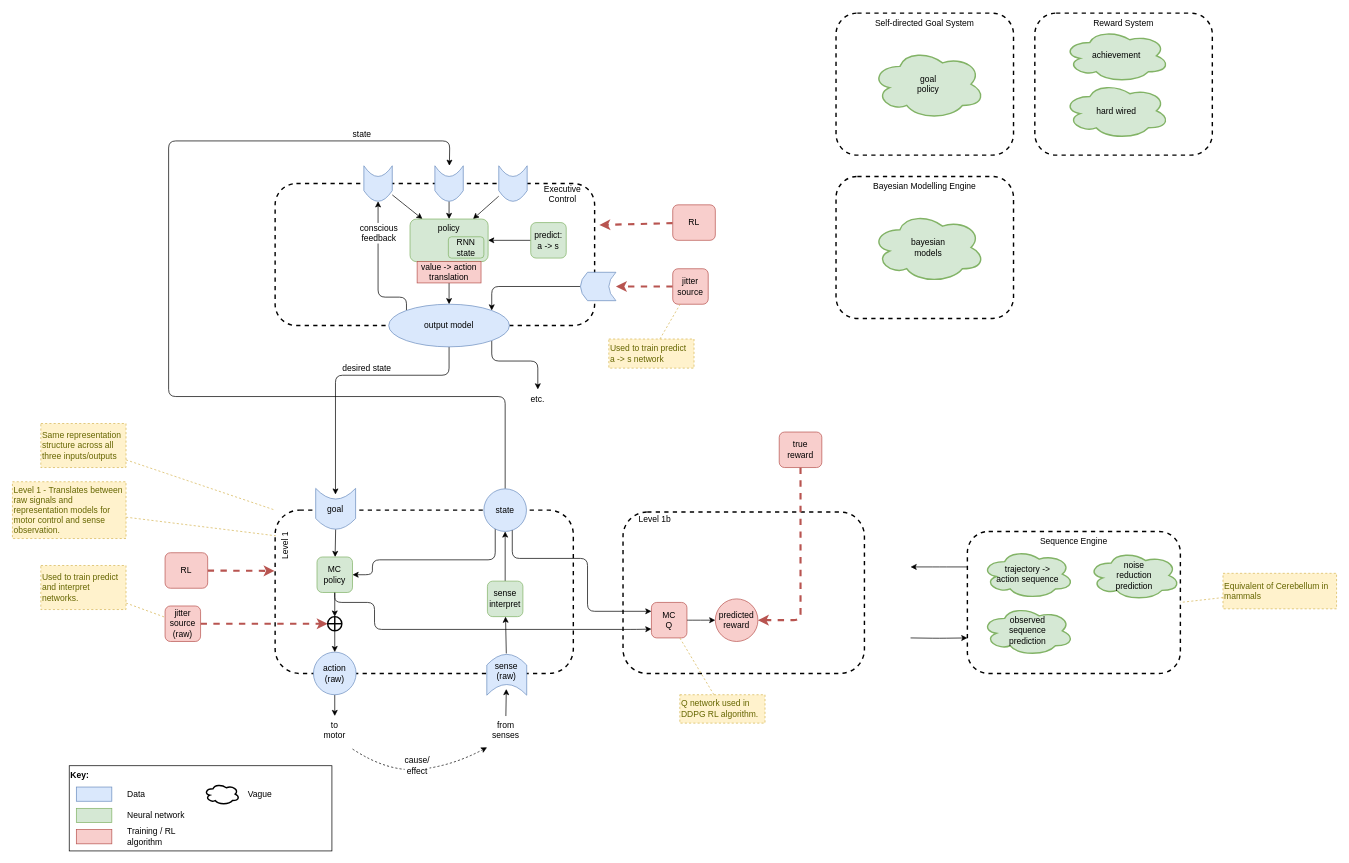
Above: page "complete" (1 of 8) of files/An-agi-architecture-v1.drawio in malcolmlett/malcolmlett.github.io (draw.io), before the change. Source tidied: cells renumbered, new cells numbered last; positions are measured from the earlier drawing's top-left corner, leaving out a move shared by most shapes. Both pictures are drawn from the tidied source at 71%, with x=0, y=0 at pixel (12, 13).
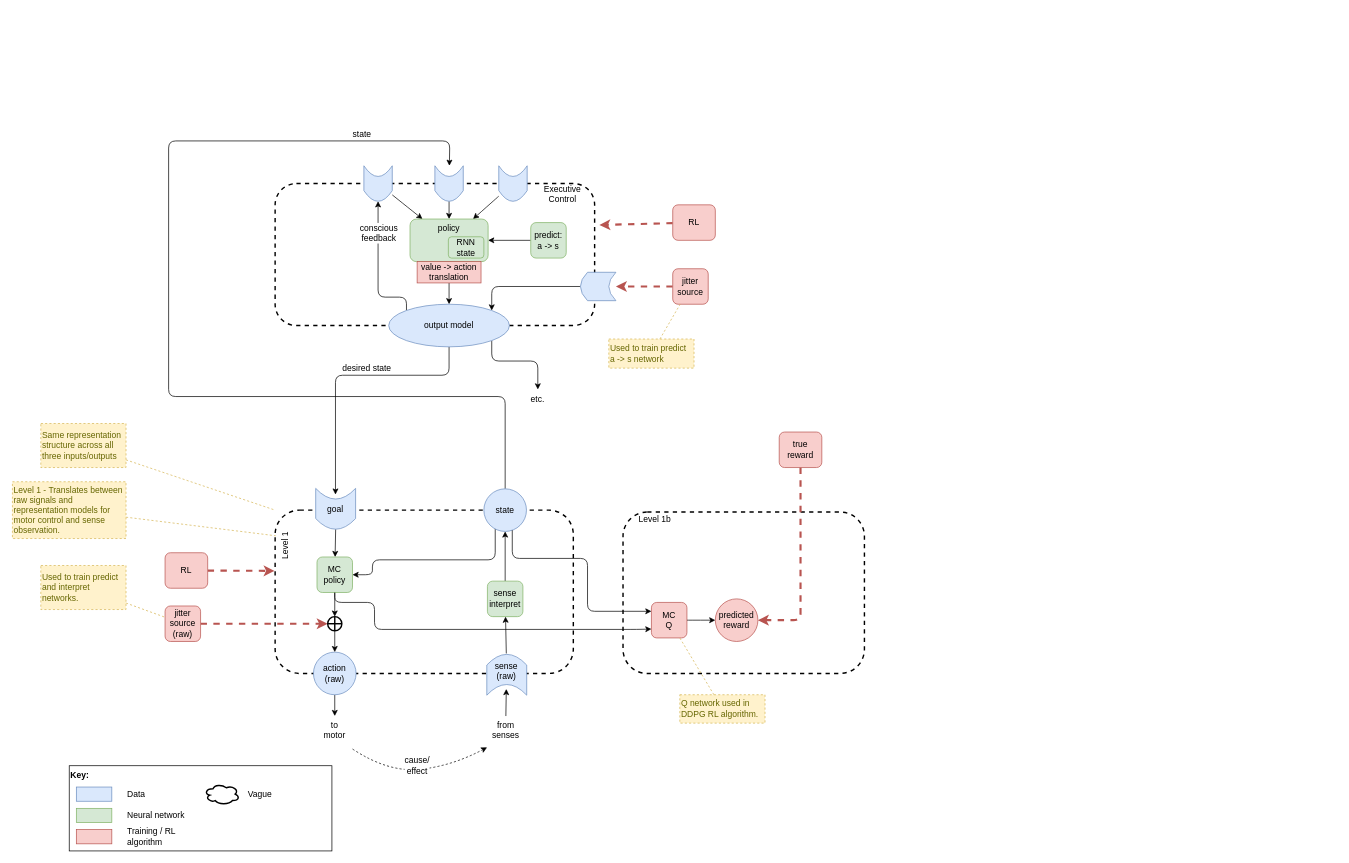
The same diagram, later.

Change to the diagram source:
```diff
@@
-    <mxCell id="71" value="Bayesian Modelling Engine" style="rounded=1;whiteSpace=wrap;html=1;fillColor=none;dashed=1;strokeWidth=2;align=center;horizontal=1;verticalAlign=top;" parent="1" vertex="1">
-      <mxGeometry x="1160" y="230" width="250" height="200" as="geometry" />
-    </mxCell>
-    <mxCell id="72" value="bayesian&lt;br&gt;models" style="ellipse;shape=cloud;whiteSpace=wrap;html=1;rounded=0;labelBackgroundColor=none;sketch=0;strokeColor=#82b366;strokeWidth=2;fillColor=#d5e8d4;fontSize=12;align=center;" parent="1" vertex="1">
-      <mxGeometry x="1210" y="280" width="160" height="100" as="geometry" />
-    </mxCell>
@@
-    <mxCell id="75" style="edgeStyle=orthogonalEdgeStyle;rounded=1;jettySize=auto;html=1;endArrow=classic;endFill=1;strokeWidth=1;fontSize=12;fontColor=#000000;exitX=0;exitY=0.25;exitDx=0;exitDy=0;" parent="1" edge="1" source="76">
-      <mxGeometry relative="1" as="geometry">
-        <mxPoint x="1265" y="780" as="targetPoint" />
-      </mxGeometry>
-    </mxCell>
-    <mxCell id="76" value="Sequence Engine" style="rounded=1;whiteSpace=wrap;html=1;fillColor=none;dashed=1;strokeWidth=2;align=center;horizontal=1;verticalAlign=top;" parent="1" vertex="1">
-      <mxGeometry x="1345" y="730" width="300" height="200" as="geometry" />
-    </mxCell>
-    <mxCell id="77" value="trajectory -&amp;gt;&lt;br&gt;action sequence" style="ellipse;shape=cloud;whiteSpace=wrap;html=1;rounded=0;labelBackgroundColor=none;sketch=0;strokeColor=#82b366;strokeWidth=2;fillColor=#d5e8d4;fontSize=12;align=center;" parent="1" vertex="1">
-      <mxGeometry x="1365" y="755" width="130" height="70" as="geometry" />
-    </mxCell>
-    <mxCell id="78" style="edgeStyle=orthogonalEdgeStyle;rounded=1;jettySize=auto;html=1;endArrow=classic;endFill=1;strokeWidth=1;fontSize=12;fontColor=#000000;exitX=0;exitY=0.75;exitDx=0;exitDy=0;entryX=0;entryY=0.75;entryDx=0;entryDy=0;" parent="1" edge="1" target="76">
-      <mxGeometry relative="1" as="geometry">
-        <mxPoint x="1265" y="880" as="sourcePoint" />
-      </mxGeometry>
-    </mxCell>
-    <mxCell id="79" value="observed&lt;br&gt;sequence&lt;br&gt;prediction" style="ellipse;shape=cloud;whiteSpace=wrap;html=1;rounded=0;labelBackgroundColor=none;sketch=0;strokeColor=#82b366;strokeWidth=2;fillColor=#d5e8d4;fontSize=12;align=center;" parent="1" vertex="1">
-      <mxGeometry x="1365" y="835" width="130" height="70" as="geometry" />
-    </mxCell>
-    <mxCell id="80" value="noise&lt;br&gt;reduction&lt;br&gt;prediction" style="ellipse;shape=cloud;whiteSpace=wrap;html=1;rounded=0;labelBackgroundColor=none;sketch=0;strokeColor=#82b366;strokeWidth=2;fillColor=#d5e8d4;fontSize=12;align=center;" parent="1" vertex="1">
-      <mxGeometry x="1515" y="757" width="130" height="70" as="geometry" />
-    </mxCell>
-    <mxCell id="81" style="rounded=0;jumpStyle=arc;jettySize=auto;html=1;strokeWidth=1;fontColor=#666600;dashed=1;strokeColor=#d6b656;fillColor=#fff2cc;endArrow=none;endFill=0;entryX=1;entryY=0.5;entryDx=0;entryDy=0;" parent="1" edge="1" source="82" target="76">
-      <mxGeometry relative="1" as="geometry" />
-    </mxCell>
-    <mxCell id="82" value="Equivalent of Cerebellum in mammals" style="rounded=0;whiteSpace=wrap;html=1;align=left;fillColor=#fff2cc;strokeColor=#d6b656;fontColor=#666600;dashed=1;" parent="1" vertex="1">
-      <mxGeometry x="1705" y="789" width="160" height="50" as="geometry" />
-    </mxCell>
-    <mxCell id="83" value="Self-directed Goal System" style="rounded=1;whiteSpace=wrap;html=1;fillColor=none;dashed=1;strokeWidth=2;align=center;horizontal=1;verticalAlign=top;" parent="1" vertex="1">
-      <mxGeometry x="1160" width="250" height="200" as="geometry" />
-    </mxCell>
-    <mxCell id="84" value="goal&lt;br&gt;policy" style="ellipse;shape=cloud;whiteSpace=wrap;html=1;rounded=0;labelBackgroundColor=none;sketch=0;strokeColor=#82b366;strokeWidth=2;fillColor=#d5e8d4;fontSize=12;align=center;" parent="1" vertex="1">
-      <mxGeometry x="1210" y="50" width="160" height="100" as="geometry" />
-    </mxCell>
-    <mxCell id="85" value="Reward System" style="rounded=1;whiteSpace=wrap;html=1;fillColor=none;dashed=1;strokeWidth=2;align=center;horizontal=1;verticalAlign=top;" parent="1" vertex="1">
-      <mxGeometry x="1440" width="250" height="200" as="geometry" />
-    </mxCell>
-    <mxCell id="86" value="achievement" style="ellipse;shape=cloud;whiteSpace=wrap;html=1;rounded=0;labelBackgroundColor=none;sketch=0;strokeColor=#82b366;strokeWidth=2;fillColor=#d5e8d4;fontSize=12;align=center;" parent="1" vertex="1">
-      <mxGeometry x="1480" y="22.5" width="150" height="75" as="geometry" />
-    </mxCell>
-    <mxCell id="87" value="hard wired" style="ellipse;shape=cloud;whiteSpace=wrap;html=1;rounded=0;labelBackgroundColor=none;sketch=0;strokeColor=#82b366;strokeWidth=2;fillColor=#d5e8d4;fontSize=12;align=center;" parent="1" vertex="1">
-      <mxGeometry x="1480" y="97.5" width="150" height="80" as="geometry" />
-    </mxCell>
```
